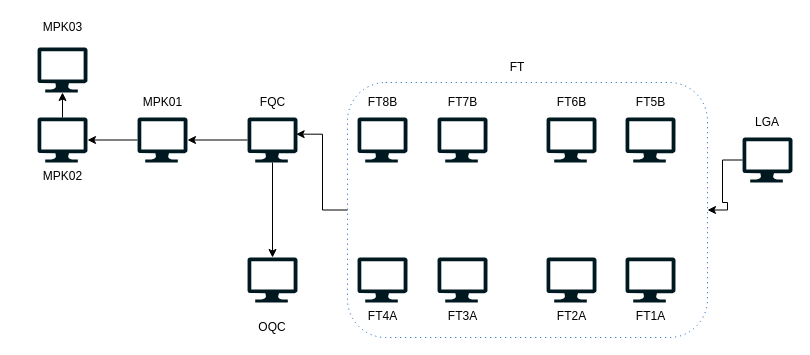
Above: Asus-diagram.drawio in valcaciols/Projects (draw.io), before the change. Source tidied: cells renumbered, new cells numbered last; positions are measured from the earlier drawing's top-left corner, leaving out a move shared by most shapes. Both pictures are drawn from the tidied source at 100%, with x=0, y=0 at pixel (33, 17). Pictures stored in the file or linked from it are replaced by grey dashed boxes.
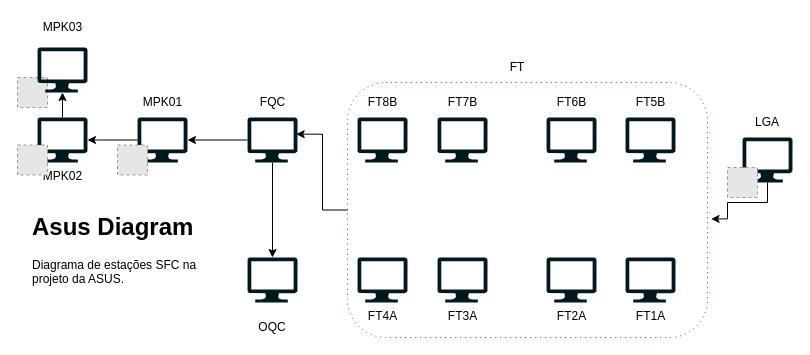
Above is the later version.

Unchanged cells that the change refers to:
```xml
<mxCell id="4" style="verticalLabelPosition=bottom;html=1;verticalAlign=top;align=center;strokeColor=none;fillColor=#00181F;shape=mxgraph.azure.computer;" parent="1" vertex="1">
  <mxGeometry x="709" y="120" width="50" height="45" as="geometry" />
</mxCell>
<mxCell id="31" style="shape=ext;rounded=1;html=1;whiteSpace=wrap;dashed=1;dashPattern=1 4;fillColor=none;strokeColor=#005EBD;" parent="1" vertex="1">
  <mxGeometry x="314" y="65" width="360" height="255" as="geometry" />
</mxCell>
```

The edit, as a diff of the source:
```diff
@@
+    <mxCell id="33" style="fillColor=#E6E6E6;strokeColor=#999999;dashed=1;html=1;verticalAlign=top;verticalLabelPosition=bottom;labelBackgroundColor=#ffffff;" parent="1" vertex="1">
+      <mxGeometry x="-16" y="60" width="30" height="30" as="geometry" />
+    </mxCell>
+    <mxCell id="8" style="verticalLabelPosition=bottom;html=1;verticalAlign=top;align=center;strokeColor=none;fillColor=#00181F;shape=mxgraph.azure.computer;" parent="1" vertex="1">
+      <mxGeometry x="4" y="30" width="50" height="45" as="geometry" />
+    </mxCell>
@@
-    <mxCell id="3" style="edgeStyle=orthogonalEdgeStyle;rounded=0;jettySize=auto;html=1;entryX=1;entryY=0.5;entryDx=0;entryDy=0;" parent="1" edge="1" source="4" target="31">
-      <mxGeometry relative="1" as="geometry" />
+    <mxCell id="3" style="edgeStyle=orthogonalEdgeStyle;rounded=0;jettySize=auto;html=1;entryX=1.01;entryY=0.535;entryDx=0;entryDy=0;entryPerimeter=0;" parent="1" edge="1" source="4" target="31">
+      <mxGeometry relative="1" as="geometry">
+        <Array as="points">
+          <mxPoint x="734" y="185" />
+          <mxPoint x="694" y="185" />
+          <mxPoint x="694" y="201" />
+        </Array>
+      </mxGeometry>
     </mxCell>
@@
-    <mxCell id="8" style="verticalLabelPosition=bottom;html=1;verticalAlign=top;align=center;strokeColor=none;fillColor=#00181F;shape=mxgraph.azure.computer;" parent="1" vertex="1">
-      <mxGeometry x="4" y="30" width="50" height="45" as="geometry" />
-    </mxCell>
@@
+    <mxCell id="34" value="&lt;h1&gt;Asus Diagram&lt;/h1&gt;&lt;p&gt;Diagrama de estações SFC na projeto da ASUS.&lt;/p&gt;" style="text;html=1;strokeColor=none;fillColor=none;spacing=5;spacingTop=-20;whiteSpace=wrap;overflow=hidden;rounded=0;" parent="1" vertex="1">
+      <mxGeometry x="-6" y="190" width="200" height="120" as="geometry" />
+    </mxCell>
+    <mxCell id="35" style="fillColor=#E6E6E6;strokeColor=#999999;dashed=1;html=1;verticalAlign=top;verticalLabelPosition=bottom;labelBackgroundColor=#ffffff;" parent="1" vertex="1">
+      <mxGeometry x="-16" y="127.5" width="30" height="30" as="geometry" />
+    </mxCell>
+    <mxCell id="36" style="fillColor=#E6E6E6;strokeColor=#999999;dashed=1;html=1;verticalAlign=top;verticalLabelPosition=bottom;labelBackgroundColor=#ffffff;" parent="1" vertex="1">
+      <mxGeometry x="84" y="127.5" width="30" height="30" as="geometry" />
+    </mxCell>
+    <mxCell id="37" style="fillColor=#E6E6E6;strokeColor=#999999;dashed=1;html=1;verticalAlign=top;verticalLabelPosition=bottom;labelBackgroundColor=#ffffff;" parent="1" vertex="1">
+      <mxGeometry x="694" y="150" width="30" height="30" as="geometry" />
+    </mxCell>
```
